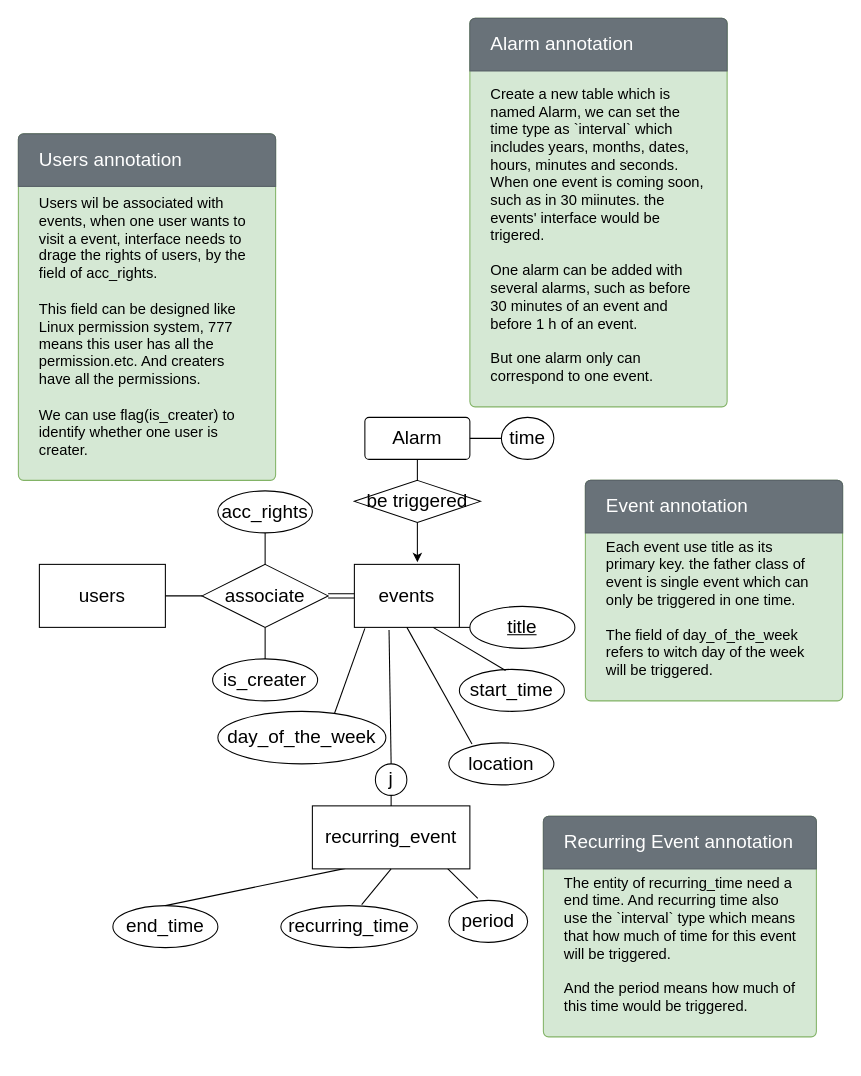
Before: page "events" (3 of 4) of COMP 9311/assignment1-CSE-web-based.drawio in LoverCheng/unsw, a draw.io diagram. Source tidied: cells renumbered, new cells numbered last; positions are measured from the earlier drawing's top-left corner, leaving out a move shared by most shapes. Both pictures are drawn from the tidied source at 105%, with x=0, y=0 at pixel (18, 18).
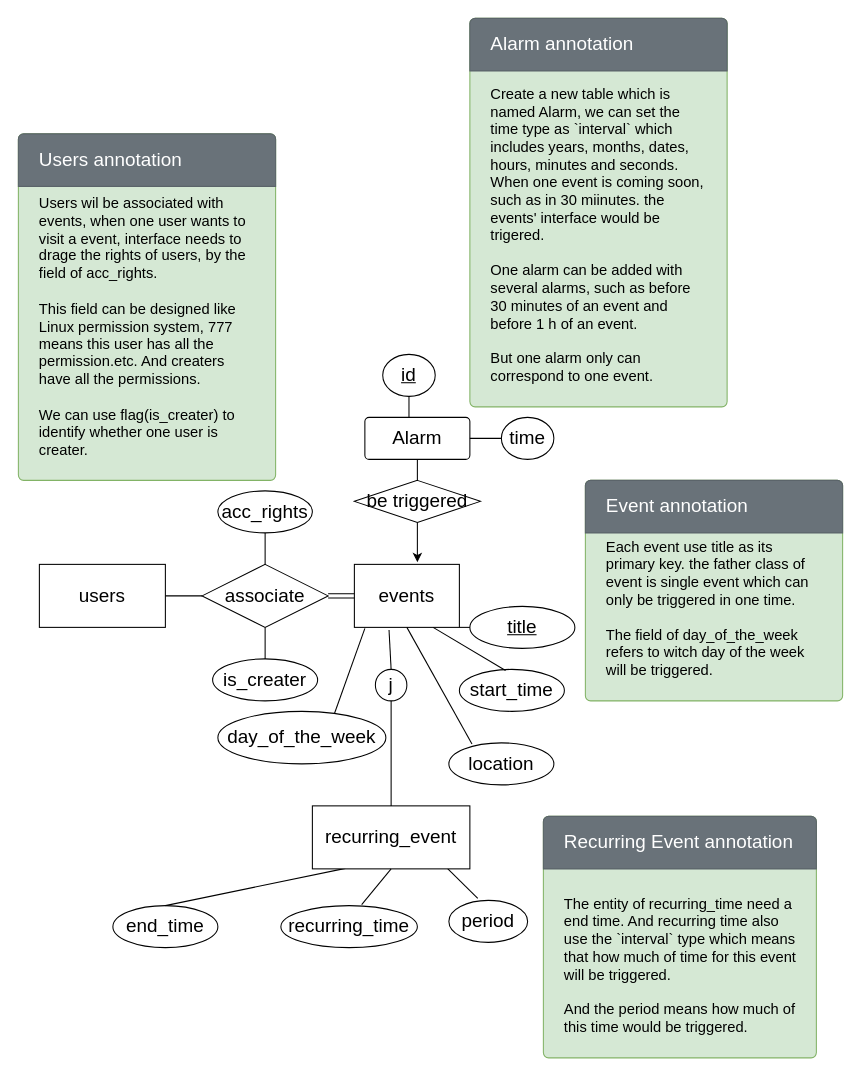
After the change.

Unchanged cells that the change refers to:
```xml
<mxCell id="30" value="Alarm" style="rounded=1;arcSize=10;whiteSpace=wrap;html=1;align=center;labelBackgroundColor=none;fontSize=18;fillColor=none;" parent="1" vertex="1">
  <mxGeometry x="330" y="380" width="100" height="40" as="geometry" />
</mxCell>
```

What changed in the source:
```diff
@@
     <mxCell id="17" value="j" style="ellipse;whiteSpace=wrap;html=1;align=center;fontSize=18;" parent="1" vertex="1">
-      <mxGeometry x="340" y="710" width="30" height="30" as="geometry" />
+      <mxGeometry x="340" y="620" width="30" height="30" as="geometry" />
     </mxCell>
@@
     <mxCell id="39" value="&lt;span style=&quot;text-align: center;&quot;&gt;The entity of recurring_time need a end time. And recurring time also use the `interval` type which means that how much of time for this event will be triggered.&amp;nbsp;&lt;br&gt;&lt;br&gt;And the period means how much of this time would be triggered.&lt;br&gt;&lt;/span&gt;" style="html=1;shadow=0;dashed=0;shape=mxgraph.bootstrap.rrect;rSize=5;strokeColor=#82b366;html=1;whiteSpace=wrap;fillColor=#d5e8d4;verticalAlign=bottom;align=left;spacing=20;spacingBottom=0;fontSize=14;" parent="1" vertex="1">
-      <mxGeometry x="500" y="760" width="260" height="210" as="geometry" />
+      <mxGeometry x="500" y="760" width="260" height="230" as="geometry" />
     </mxCell>
@@
+    <mxCell id="43" value="&lt;u&gt;id&lt;/u&gt;" style="ellipse;whiteSpace=wrap;html=1;labelBackgroundColor=none;fontSize=18;fillColor=none;" parent="1" vertex="1">
+      <mxGeometry x="347" y="320" width="50" height="40" as="geometry" />
+    </mxCell>
+    <mxCell id="44" style="endArrow=none;html=1;rounded=0;fontSize=14;entryX=0.5;entryY=1;entryDx=0;entryDy=0;exitX=0.42;exitY=0.013;exitDx=0;exitDy=0;exitPerimeter=0;" parent="1" edge="1" source="30" target="43">
+      <mxGeometry relative="1" as="geometry" />
+    </mxCell>
```
